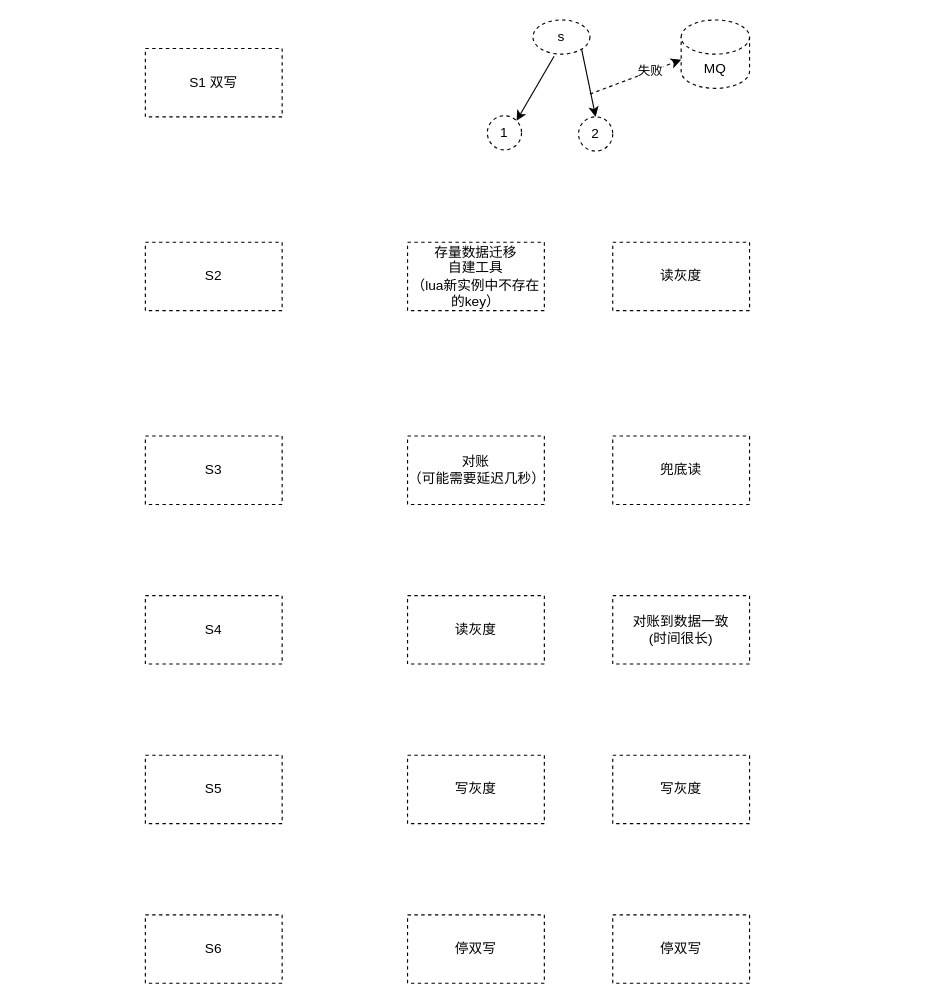
Before: arch/实例拆分方案.drawio in melonshell/draw.io, a draw.io diagram. Source tidied: cells renumbered, new cells numbered last; positions are measured from the earlier drawing's top-left corner, leaving out a move shared by most shapes. Both pictures are drawn from the tidied source at 114%, with x=0, y=0 at pixel (19, 19).
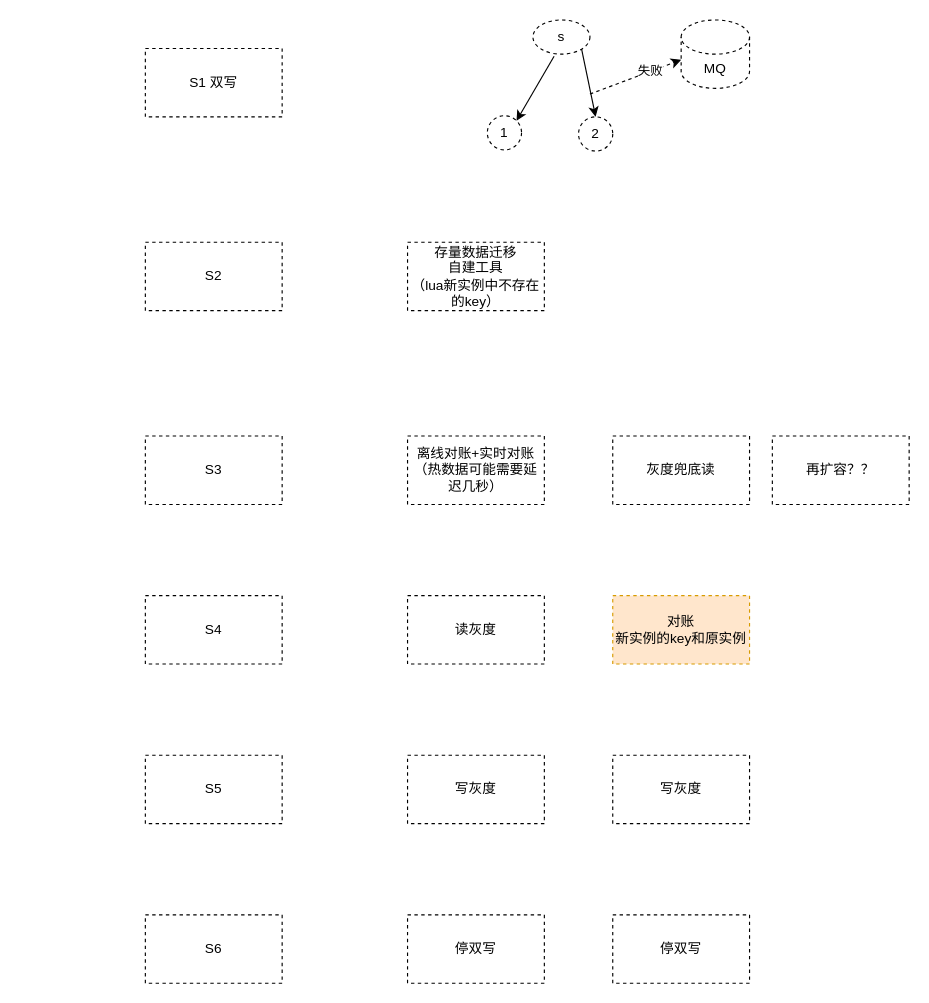
Above is the later version.

Commit message (it also covers changes not shown here):
更新实例拆分方案.drawio

What changed in the source:
```diff
@@
-    <mxCell id="11" value="兜底读" style="rounded=0;whiteSpace=wrap;html=1;dashed=1;fillColor=none;" parent="1" vertex="1">
+    <mxCell id="11" value="灰度兜底读" style="rounded=0;whiteSpace=wrap;html=1;dashed=1;fillColor=none;" parent="1" vertex="1">
       <mxGeometry x="520" y="365" width="120" height="60" as="geometry" />
     </mxCell>
@@
-    <mxCell id="13" value="对账&lt;br&gt;（可能需要延迟几秒）" style="rounded=0;whiteSpace=wrap;html=1;dashed=1;fillColor=none;" parent="1" vertex="1">
+    <mxCell id="13" value="离线对账+实时对账&lt;br&gt;（热数据可能需要延迟几秒）" style="rounded=0;whiteSpace=wrap;html=1;dashed=1;fillColor=none;" parent="1" vertex="1">
       <mxGeometry x="340" y="365" width="120" height="60" as="geometry" />
     </mxCell>
@@
-    <mxCell id="20" value="对账到数据一致&lt;br&gt;(时间很长)" style="rounded=0;whiteSpace=wrap;html=1;dashed=1;fillColor=none;" parent="1" vertex="1">
-      <mxGeometry x="520" y="505" width="120" height="60" as="geometry" />
-    </mxCell>
@@
-    <mxCell id="24" value="读灰度" style="rounded=0;whiteSpace=wrap;html=1;dashed=1;fillColor=none;" parent="1" vertex="1">
-      <mxGeometry x="520" y="195" width="120" height="60" as="geometry" />
-    </mxCell>
@@
+    <mxCell id="27" value="对账&lt;br&gt;新实例的key和原实例" style="rounded=0;whiteSpace=wrap;html=1;dashed=1;fillColor=#ffe6cc;strokeColor=#d79b00;" parent="1" vertex="1">
+      <mxGeometry x="520" y="505" width="120" height="60" as="geometry" />
+    </mxCell>
+    <mxCell id="28" value="再扩容？？" style="rounded=0;whiteSpace=wrap;html=1;dashed=1;fillColor=none;" parent="1" vertex="1">
+      <mxGeometry x="660" y="365" width="120" height="60" as="geometry" />
+    </mxCell>
```
